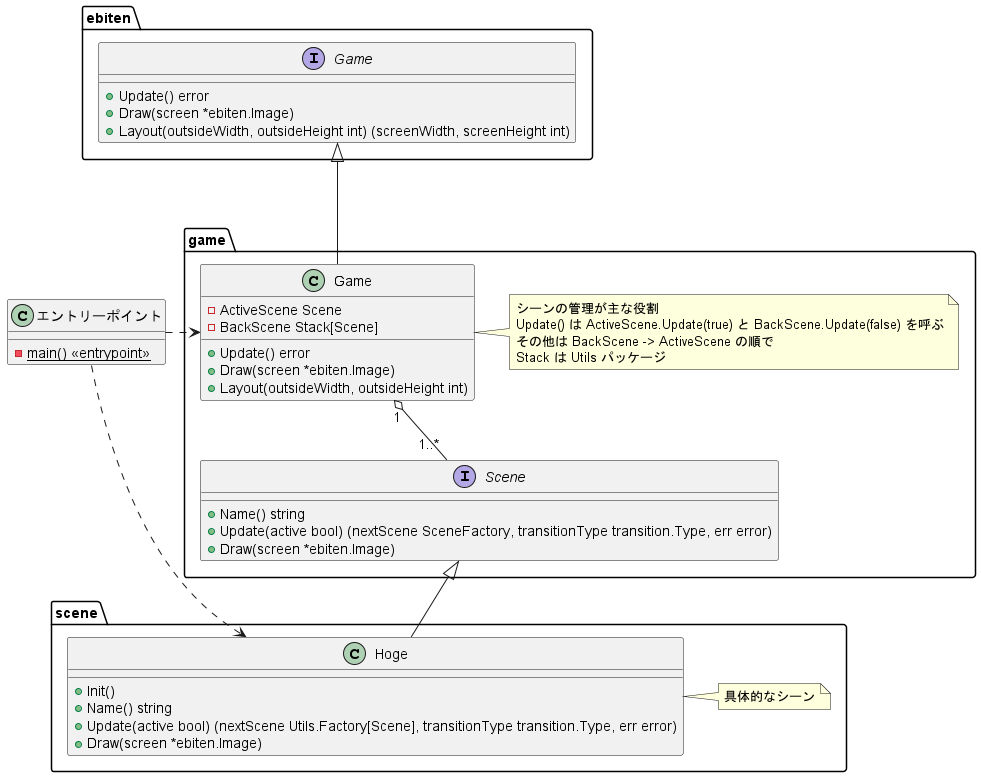
Earlier version of the PlantUML export Docs/game_class_diagram.png (kmc-jp/Gamedev_Tempura-of-p--Phenylazo-phenol).
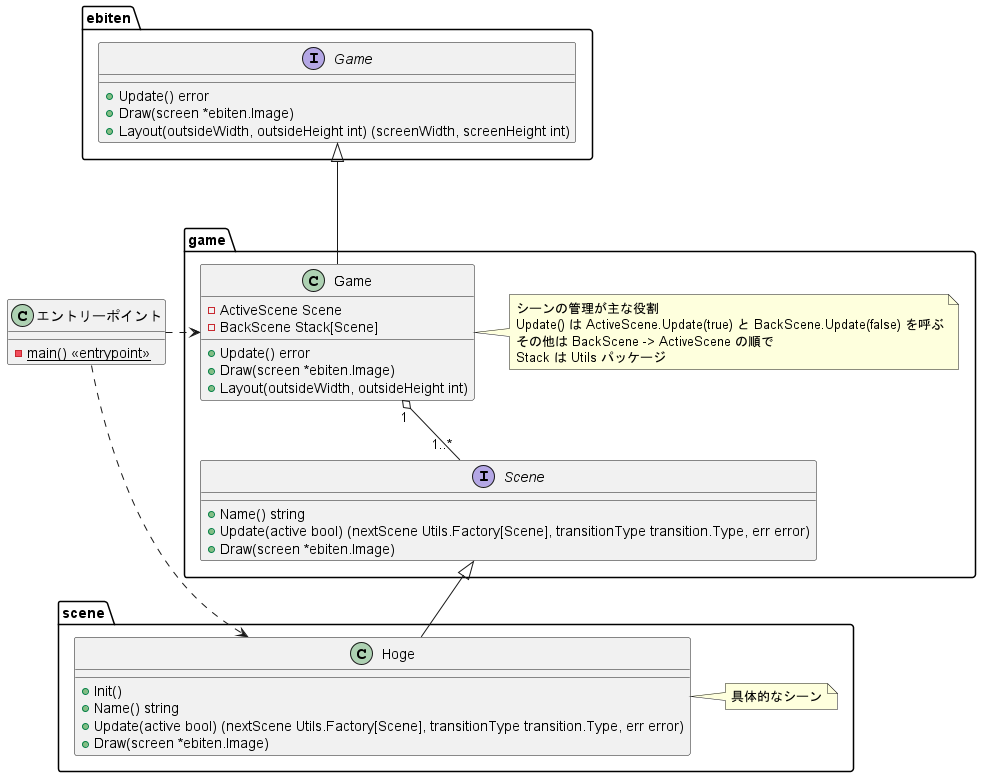
After the commit.

Diff of the diagram source:
```diff
@@ -27,7 +27,7 @@
 
     interface Scene {
         + Name() string
-        + Update(active bool) (nextScene SceneFactory, transitionType transition.Type, err error)
+        + Update(active bool) (nextScene Utils.Factory[Scene], transitionType transition.Type, err error)
         + Draw(screen *ebiten.Image)
     }
 
```
